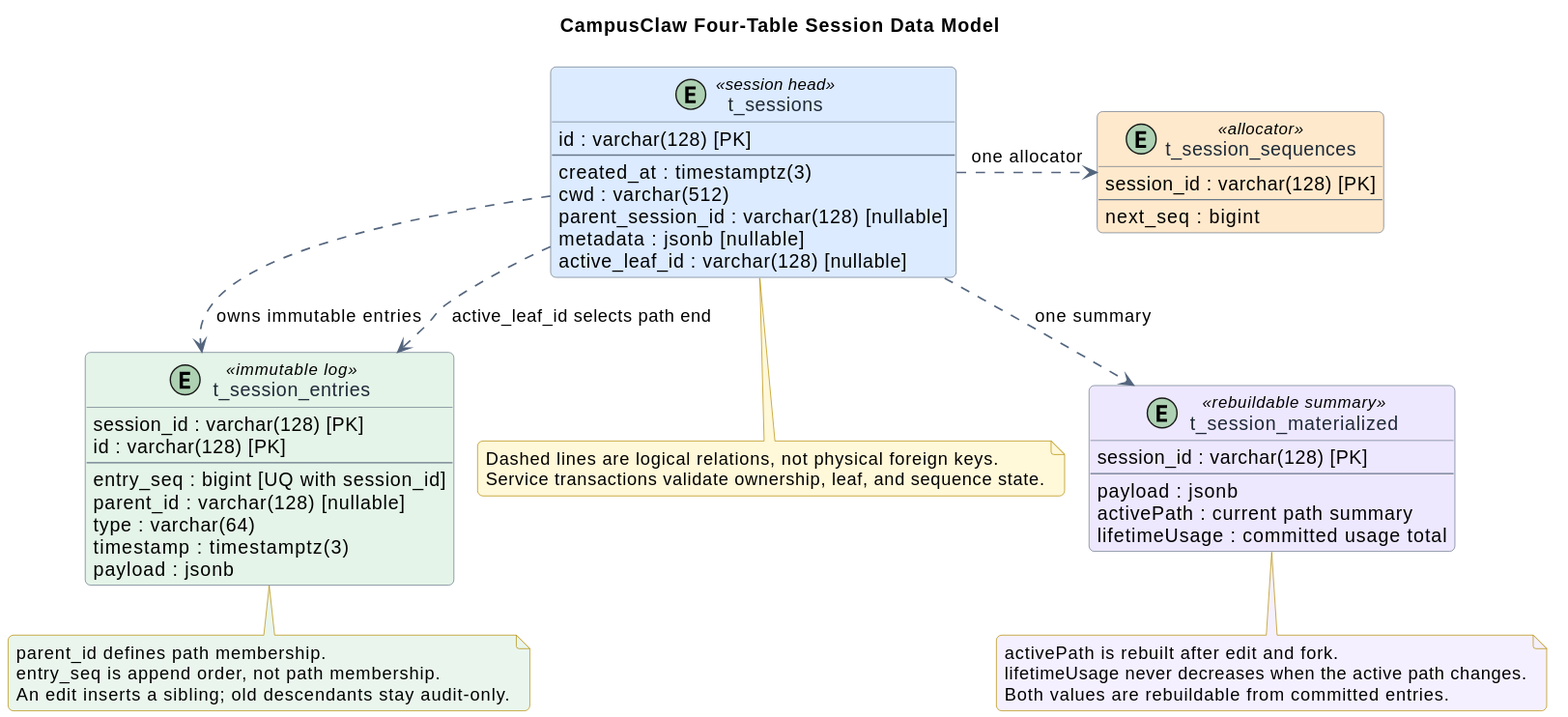
Before: 03-数据与存储/01-会话记忆GaussDB/设计图/memory-data-model.svg, a diagram exported from PlantUML (ssm0808/pi-mono-java-design).
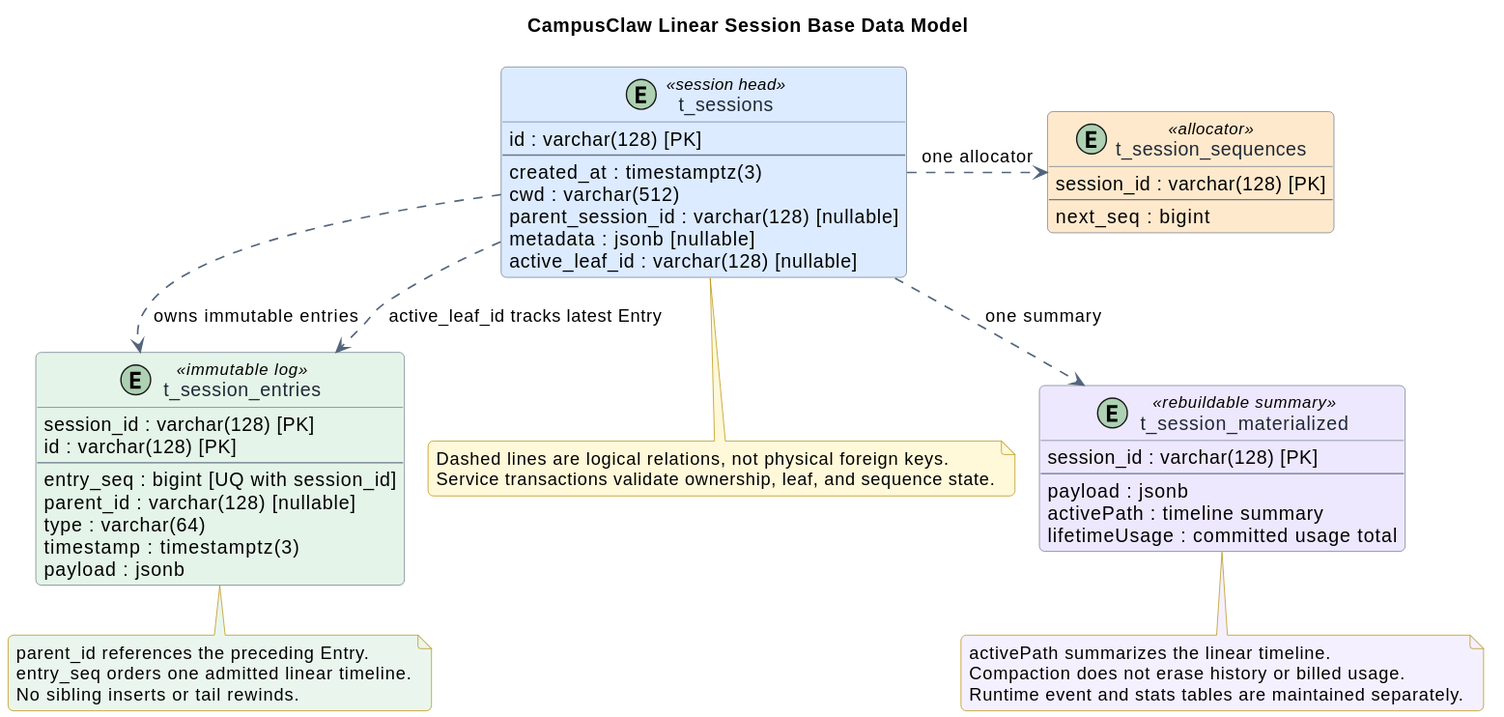
After the commit.

Change to the diagram source:
```diff
@@ -1,6 +1,6 @@
 @startuml
 !pragma layout smetana
-title CampusClaw Four-Table Session Data Model
+title CampusClaw Linear Session Base Data Model
 top to bottom direction
 
 skinparam backgroundColor #FFFFFF
@@ -47,7 +47,7 @@
   session_id : varchar(128) [PK]
   --
   payload : jsonb
-  activePath : current path summary
+  activePath : timeline summary
   lifetimeUsage : committed usage total
 }
 
@@ -57,20 +57,20 @@
 sequences -[hidden]down- materialized
 
 sessions ..> entries : owns immutable entries
-sessions ..> entries : active_leaf_id selects path end
+sessions ..> entries : active_leaf_id tracks latest Entry
 sessions ..> sequences : one allocator
 sessions ..> materialized : one summary
 
 note bottom of entries #EAF6ED
-parent_id defines path membership.
-entry_seq is append order, not path membership.
-An edit inserts a sibling; old descendants stay audit-only.
+parent_id references the preceding Entry.
+entry_seq orders one admitted linear timeline.
+No sibling inserts or tail rewinds.
 end note
 
 note bottom of materialized #F5F0FF
-activePath is rebuilt after edit and fork.
-lifetimeUsage never decreases when the active path changes.
-Both values are rebuildable from committed entries.
+activePath summarizes the linear timeline.
+Compaction does not erase history or billed usage.
+Runtime event and stats tables are maintained separately.
 end note
 
 note bottom of sessions
```
